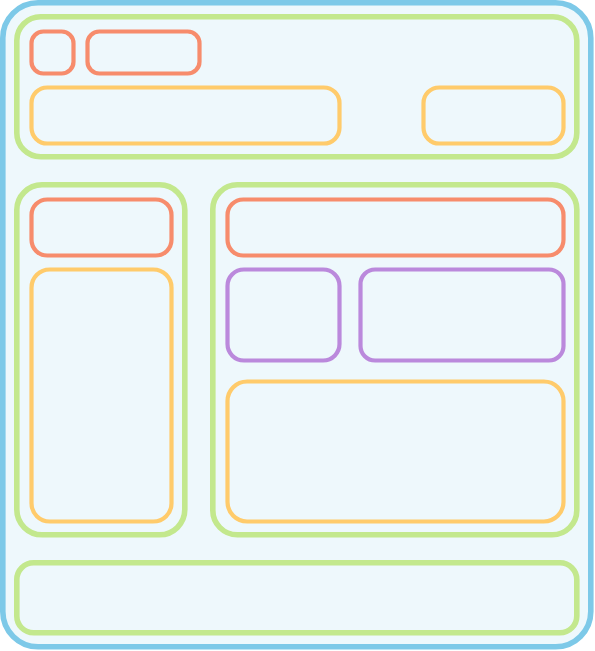
Before: drawio/components_tree.drawio.svg, a diagram exported from draw.io (alfertev2014/holyjs-2026-autumn). Source tidied: cells renumbered, new cells last; positions are measured from the earlier drawing's top-left corner, leaving out a move shared by most shapes. Source of this version:
```xml
<mxGraphModel>
  <root>
    <mxCell id="0" />
    <mxCell id="1" parent="0" />
    <mxCell id="2" style="rounded=1;whiteSpace=wrap;html=1;roundedPerimeter=1;strokeWidth=4;strokeColor=light-dark(#7DC9E8,#7DC9E8);arcSize=6;fillColor=#7DC9E822;" parent="1" vertex="1">
      <mxGeometry width="420" height="460" as="geometry" />
    </mxCell>
    <mxCell id="3" style="rounded=1;whiteSpace=wrap;html=1;roundedPerimeter=1;strokeWidth=4;strokeColor=light-dark(#C3E88D,#C3E88D);arcSize=17;fillColor=none;" parent="1" vertex="1">
      <mxGeometry x="10" y="10" width="400" height="100" as="geometry" />
    </mxCell>
    <mxCell id="4" style="rounded=1;whiteSpace=wrap;html=1;roundedPerimeter=1;strokeWidth=4;strokeColor=light-dark(#C3E88D,#C3E88D);arcSize=15;fillColor=none;" parent="1" vertex="1">
      <mxGeometry x="10" y="130" width="120" height="250" as="geometry" />
    </mxCell>
    <mxCell id="5" style="rounded=1;whiteSpace=wrap;html=1;roundedPerimeter=1;strokeWidth=4;strokeColor=light-dark(#C3E88D,#C3E88D);arcSize=7;fillColor=none;" parent="1" vertex="1">
      <mxGeometry x="150" y="130" width="260" height="250" as="geometry" />
    </mxCell>
    <mxCell id="6" style="rounded=1;whiteSpace=wrap;html=1;roundedPerimeter=1;strokeWidth=4;strokeColor=light-dark(#C3E88D,#C3E88D);arcSize=24;fillColor=none;" parent="1" vertex="1">
      <mxGeometry x="10" y="400" width="400" height="50" as="geometry" />
    </mxCell>
    <mxCell id="7" style="rounded=1;whiteSpace=wrap;html=1;roundedPerimeter=1;strokeWidth=3;strokeColor=light-dark(#F78C6C,#F78C6C);arcSize=28;fillColor=none;" parent="1" vertex="1">
      <mxGeometry x="160" y="140" width="240" height="40" as="geometry" />
    </mxCell>
    <mxCell id="8" style="rounded=1;whiteSpace=wrap;html=1;roundedPerimeter=1;strokeWidth=3;strokeColor=light-dark(#F78C6C,#F78C6C);arcSize=28;fillColor=none;" parent="1" vertex="1">
      <mxGeometry x="20" y="140" width="100" height="40" as="geometry" />
    </mxCell>
    <mxCell id="9" style="rounded=1;whiteSpace=wrap;html=1;roundedPerimeter=1;strokeWidth=3;strokeColor=light-dark(#FFCB6B,#FFCB6B);arcSize=13;fillColor=none;" parent="1" vertex="1">
      <mxGeometry x="20" y="190" width="100" height="180" as="geometry" />
    </mxCell>
    <mxCell id="10" style="rounded=1;whiteSpace=wrap;html=1;roundedPerimeter=1;strokeWidth=3;strokeColor=light-dark(#BB89DC,#BB89DC);arcSize=18;fillColor=none;" parent="1" vertex="1">
      <mxGeometry x="160" y="190" width="80" height="65" as="geometry" />
    </mxCell>
    <mxCell id="11" style="rounded=1;whiteSpace=wrap;html=1;roundedPerimeter=1;strokeWidth=3;strokeColor=light-dark(#BB89DC,#BB89DC);arcSize=16;fillColor=none;" parent="1" vertex="1">
      <mxGeometry x="255" y="190" width="145" height="65" as="geometry" />
    </mxCell>
    <mxCell id="12" style="rounded=1;whiteSpace=wrap;html=1;roundedPerimeter=1;strokeWidth=3;strokeColor=light-dark(#FFCB6B,#FFCB6B);arcSize=14;fillColor=none;" parent="1" vertex="1">
      <mxGeometry x="160" y="270" width="240" height="100" as="geometry" />
    </mxCell>
    <mxCell id="13" style="rounded=1;whiteSpace=wrap;html=1;roundedPerimeter=1;strokeWidth=3;strokeColor=light-dark(#FFCB6B,#FFCB6B);arcSize=28;fillColor=none;" parent="1" vertex="1">
      <mxGeometry x="20" y="60" width="220" height="40" as="geometry" />
    </mxCell>
    <mxCell id="14" style="rounded=1;whiteSpace=wrap;html=1;roundedPerimeter=1;strokeWidth=3;strokeColor=light-dark(#FFCB6B,#FFCB6B);arcSize=28;fillColor=none;" parent="1" vertex="1">
      <mxGeometry x="300" y="60" width="100" height="40" as="geometry" />
    </mxCell>
    <mxCell id="15" style="rounded=1;whiteSpace=wrap;html=1;roundedPerimeter=1;strokeWidth=3;strokeColor=light-dark(#F78C6C,#F78C6C);arcSize=28;fillColor=none;" parent="1" vertex="1">
      <mxGeometry x="20" y="20" width="30" height="30" as="geometry" />
    </mxCell>
    <mxCell id="16" style="rounded=1;whiteSpace=wrap;html=1;roundedPerimeter=1;strokeWidth=3;strokeColor=light-dark(#F78C6C,#F78C6C);arcSize=28;fillColor=none;" parent="1" vertex="1">
      <mxGeometry x="60" y="20" width="80" height="30" as="geometry" />
    </mxCell>
  </root>
</mxGraphModel>
```
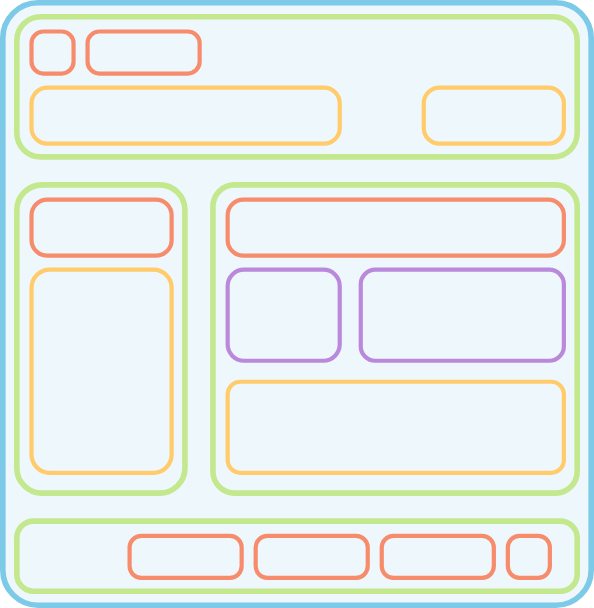
After the change.

The edit, as a diff of the source:
```diff
@@ -3,19 +3,19 @@
     <mxCell id="0" />
     <mxCell id="1" parent="0" />
     <mxCell id="2" style="rounded=1;whiteSpace=wrap;html=1;roundedPerimeter=1;strokeWidth=4;strokeColor=light-dark(#7DC9E8,#7DC9E8);arcSize=6;fillColor=#7DC9E822;" parent="1" vertex="1">
-      <mxGeometry width="420" height="460" as="geometry" />
+      <mxGeometry width="420" height="430" as="geometry" />
     </mxCell>
     <mxCell id="3" style="rounded=1;whiteSpace=wrap;html=1;roundedPerimeter=1;strokeWidth=4;strokeColor=light-dark(#C3E88D,#C3E88D);arcSize=17;fillColor=none;" parent="1" vertex="1">
       <mxGeometry x="10" y="10" width="400" height="100" as="geometry" />
     </mxCell>
     <mxCell id="4" style="rounded=1;whiteSpace=wrap;html=1;roundedPerimeter=1;strokeWidth=4;strokeColor=light-dark(#C3E88D,#C3E88D);arcSize=15;fillColor=none;" parent="1" vertex="1">
-      <mxGeometry x="10" y="130" width="120" height="250" as="geometry" />
+      <mxGeometry x="10" y="130" width="120" height="220" as="geometry" />
     </mxCell>
     <mxCell id="5" style="rounded=1;whiteSpace=wrap;html=1;roundedPerimeter=1;strokeWidth=4;strokeColor=light-dark(#C3E88D,#C3E88D);arcSize=7;fillColor=none;" parent="1" vertex="1">
-      <mxGeometry x="150" y="130" width="260" height="250" as="geometry" />
+      <mxGeometry x="150" y="130" width="260" height="220" as="geometry" />
     </mxCell>
     <mxCell id="6" style="rounded=1;whiteSpace=wrap;html=1;roundedPerimeter=1;strokeWidth=4;strokeColor=light-dark(#C3E88D,#C3E88D);arcSize=24;fillColor=none;" parent="1" vertex="1">
-      <mxGeometry x="10" y="400" width="400" height="50" as="geometry" />
+      <mxGeometry x="10" y="370" width="400" height="50" as="geometry" />
     </mxCell>
     <mxCell id="7" style="rounded=1;whiteSpace=wrap;html=1;roundedPerimeter=1;strokeWidth=3;strokeColor=light-dark(#F78C6C,#F78C6C);arcSize=28;fillColor=none;" parent="1" vertex="1">
       <mxGeometry x="160" y="140" width="240" height="40" as="geometry" />
@@ -24,7 +24,7 @@
       <mxGeometry x="20" y="140" width="100" height="40" as="geometry" />
     </mxCell>
     <mxCell id="9" style="rounded=1;whiteSpace=wrap;html=1;roundedPerimeter=1;strokeWidth=3;strokeColor=light-dark(#FFCB6B,#FFCB6B);arcSize=13;fillColor=none;" parent="1" vertex="1">
-      <mxGeometry x="20" y="190" width="100" height="180" as="geometry" />
+      <mxGeometry x="20" y="190" width="100" height="145" as="geometry" />
     </mxCell>
     <mxCell id="10" style="rounded=1;whiteSpace=wrap;html=1;roundedPerimeter=1;strokeWidth=3;strokeColor=light-dark(#BB89DC,#BB89DC);arcSize=18;fillColor=none;" parent="1" vertex="1">
       <mxGeometry x="160" y="190" width="80" height="65" as="geometry" />
@@ -33,7 +33,7 @@
       <mxGeometry x="255" y="190" width="145" height="65" as="geometry" />
     </mxCell>
     <mxCell id="12" style="rounded=1;whiteSpace=wrap;html=1;roundedPerimeter=1;strokeWidth=3;strokeColor=light-dark(#FFCB6B,#FFCB6B);arcSize=14;fillColor=none;" parent="1" vertex="1">
-      <mxGeometry x="160" y="270" width="240" height="100" as="geometry" />
+      <mxGeometry x="160" y="270" width="240" height="65" as="geometry" />
     </mxCell>
     <mxCell id="13" style="rounded=1;whiteSpace=wrap;html=1;roundedPerimeter=1;strokeWidth=3;strokeColor=light-dark(#FFCB6B,#FFCB6B);arcSize=28;fillColor=none;" parent="1" vertex="1">
       <mxGeometry x="20" y="60" width="220" height="40" as="geometry" />
@@ -47,5 +47,17 @@
     <mxCell id="16" style="rounded=1;whiteSpace=wrap;html=1;roundedPerimeter=1;strokeWidth=3;strokeColor=light-dark(#F78C6C,#F78C6C);arcSize=28;fillColor=none;" parent="1" vertex="1">
       <mxGeometry x="60" y="20" width="80" height="30" as="geometry" />
     </mxCell>
+    <mxCell id="17" style="rounded=1;whiteSpace=wrap;html=1;roundedPerimeter=1;strokeWidth=3;strokeColor=light-dark(#F78C6C,#F78C6C);arcSize=28;fillColor=none;" parent="1" vertex="1">
+      <mxGeometry x="90" y="380" width="80" height="30" as="geometry" />
+    </mxCell>
+    <mxCell id="18" style="rounded=1;whiteSpace=wrap;html=1;roundedPerimeter=1;strokeWidth=3;strokeColor=light-dark(#F78C6C,#F78C6C);arcSize=28;fillColor=none;" parent="1" vertex="1">
+      <mxGeometry x="360" y="380" width="30" height="30" as="geometry" />
+    </mxCell>
+    <mxCell id="19" style="rounded=1;whiteSpace=wrap;html=1;roundedPerimeter=1;strokeWidth=3;strokeColor=light-dark(#F78C6C,#F78C6C);arcSize=28;fillColor=none;" parent="1" vertex="1">
+      <mxGeometry x="180" y="380" width="80" height="30" as="geometry" />
+    </mxCell>
+    <mxCell id="20" style="rounded=1;whiteSpace=wrap;html=1;roundedPerimeter=1;strokeWidth=3;strokeColor=light-dark(#F78C6C,#F78C6C);arcSize=28;fillColor=none;" parent="1" vertex="1">
+      <mxGeometry x="270" y="380" width="80" height="30" as="geometry" />
+    </mxCell>
   </root>
 </mxGraphModel>
```
